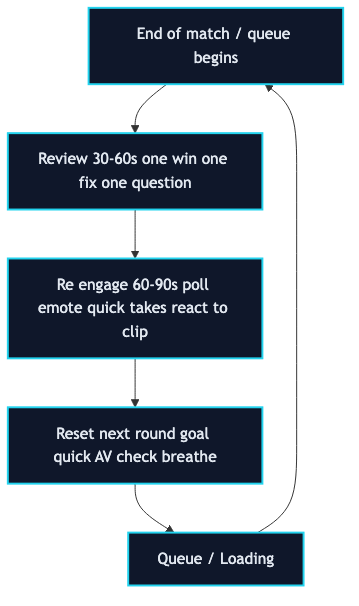
The Mermaid diagram public/static/images/keep-chat-alive-when-game-slows-down-downtime-engagement-2025/engagement-loop.png in littl3-boat/ttwise, before a commit. Its source is kept beside it as public/static/images/keep-chat-alive-when-game-slows-down-downtime-engagement-2025/engagement-loop.mmd. Its diagram source:
```mermaid
flowchart TD
  A[End of match / queue begins] --> B[Review 30-60s one win one fix one question]
  B --> C[Re engage 60-90s poll emote quick takes react to clip]
  C --> D[Reset next round goal quick AV check breathe]
  D --> E[Queue / Loading]
  E --> A

  classDef step fill:#0f172a,stroke:#22d3ee,stroke-width:2px,color:#e2e8f0;
  class A,B,C,D,E step;
```
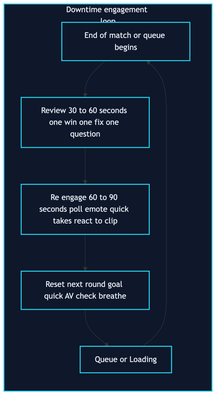
Later version of the same file.

Commit message:
docs(blog): add detailed diagram explanations for game selection and chat engagement strategies

The edit, as a diff of the source:
```diff
@@ -1,9 +1,11 @@
-flowchart TD
-  A[End of match / queue begins] --> B[Review 30-60s one win one fix one question]
-  B --> C[Re engage 60-90s poll emote quick takes react to clip]
-  C --> D[Reset next round goal quick AV check breathe]
-  D --> E[Queue / Loading]
-  E --> A
+flowchart LR
+  subgraph Loop[Downtime engagement loop]
+    A[End of match or queue begins] --> B[Review 30 to 60 seconds one win one fix one question]
+    B --> C[Re engage 60 to 90 seconds poll emote quick takes react to clip]
+    C --> D[Reset next round goal quick AV check breathe]
+    D --> E[Queue or Loading]
+    E --> A
+  end
 
   classDef step fill:#0f172a,stroke:#22d3ee,stroke-width:2px,color:#e2e8f0;
-  class A,B,C,D,E step;
+  class A,B,C,D,E,Loop step;
```
